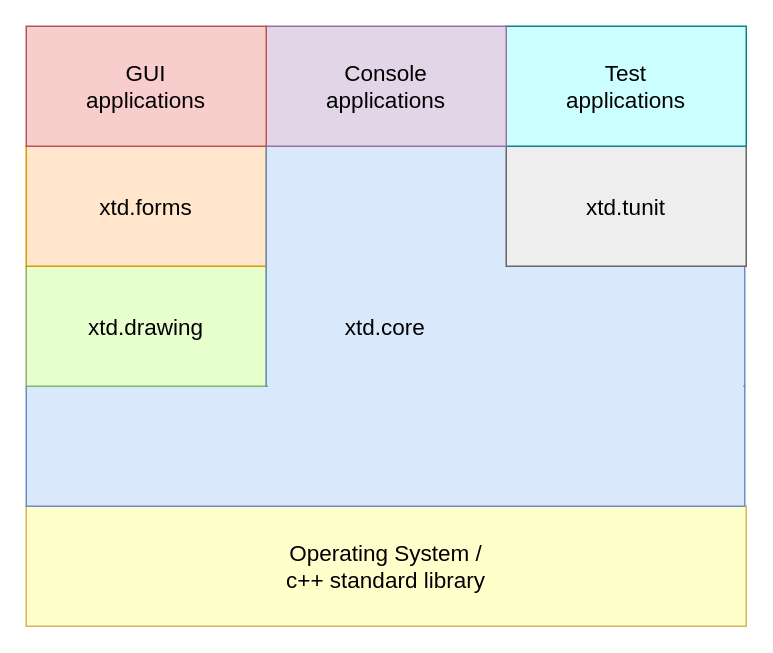
Above: docs/pictures/diagrams/block_diagram.drawio in gammasoft71/xtd (draw.io), before the change. Source tidied: cells renumbered, new cells numbered last; positions are measured from the earlier drawing's top-left corner, leaving out a move shared by most shapes. Both pictures are drawn from the tidied source at 150%, with x=0, y=0 at pixel (26, 26).
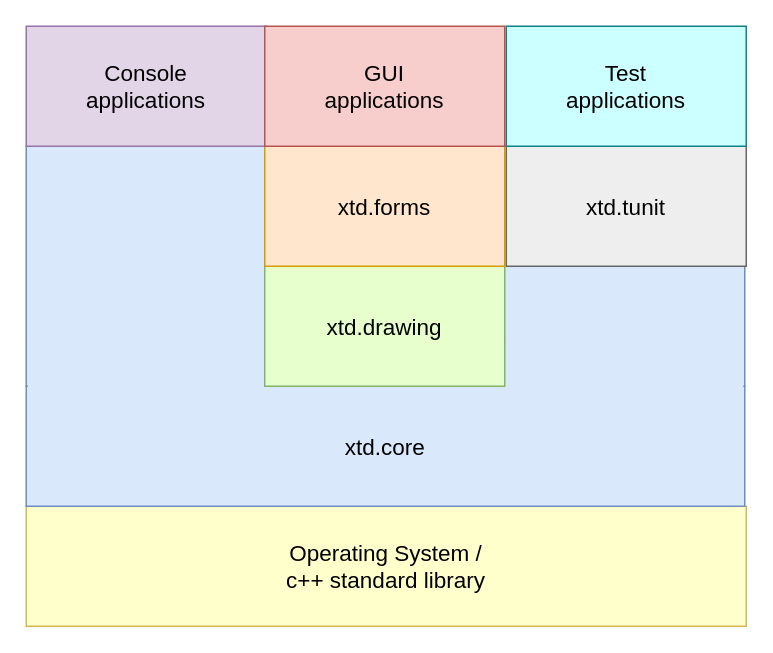
The same diagram, later.

What changed in the source:
```diff
@@
 <mxGraphModel>
   <root>
     <mxCell id="0" />
     <mxCell id="1" parent="0" />
     <mxCell id="2" value="&lt;span&gt;Operating System /&lt;br&gt;c++ standard library&lt;br&gt;&lt;/span&gt;" style="rounded=0;whiteSpace=wrap;html=1;strokeColor=#d6b656;fontSize=15;fillColor=#FFFFCC;" parent="1" vertex="1">
       <mxGeometry y="320" width="480" height="80" as="geometry" />
     </mxCell>
-    <mxCell id="3" style="rounded=0;whiteSpace=wrap;html=1;fillColor=#dae8fc;strokeColor=#6c8ebf;fontSize=15;" parent="1" vertex="1">
+    <mxCell id="3" value="xtd.core" style="rounded=0;whiteSpace=wrap;html=1;fillColor=#dae8fc;strokeColor=#6c8ebf;fontSize=15;" parent="1" vertex="1">
       <mxGeometry y="240" width="479" height="80" as="geometry" />
     </mxCell>
-    <mxCell id="4" value="xtd.drawing" style="rounded=0;whiteSpace=wrap;html=1;fontSize=15;fillColor=#E6FFCC;strokeColor=#82B366;" parent="1" vertex="1">
-      <mxGeometry y="160" width="160" height="80" as="geometry" />
-    </mxCell>
-    <mxCell id="5" value="xtd.forms" style="rounded=0;whiteSpace=wrap;html=1;fillColor=#FFE6CC;strokeColor=#d79b00;fontSize=15;" parent="1" vertex="1">
-      <mxGeometry y="80" width="160" height="80" as="geometry" />
-    </mxCell>
     <mxCell id="6" style="rounded=0;whiteSpace=wrap;html=1;fillColor=#dae8fc;strokeColor=#6c8ebf;fontSize=15;" parent="1" vertex="1">
-      <mxGeometry x="160" y="80" width="319" height="160" as="geometry" />
+      <mxGeometry y="80" width="479" height="160" as="geometry" />
     </mxCell>
     <mxCell id="7" value="xtd.tunit" style="rounded=0;whiteSpace=wrap;html=1;fillColor=#EEEEEE;strokeColor=#666666;fontSize=15;" parent="1" vertex="1">
       <mxGeometry x="320" y="80" width="160" height="80" as="geometry" />
     </mxCell>
     <mxCell id="8" value="&lt;span&gt;Test&lt;br&gt;applications&lt;br&gt;&lt;/span&gt;" style="rounded=0;whiteSpace=wrap;html=1;strokeColor=#0e8088;fontSize=15;fillColor=#CCFFFF;" parent="1" vertex="1">
       <mxGeometry x="320" width="160" height="80" as="geometry" />
     </mxCell>
     <mxCell id="9" style="rounded=0;whiteSpace=wrap;html=1;fillColor=#dae8fc;fontSize=15;strokeColor=none;" parent="1" vertex="1">
-      <mxGeometry x="161" y="210" width="317" height="50" as="geometry" />
+      <mxGeometry x="1" y="210" width="477" height="50" as="geometry" />
     </mxCell>
-    <mxCell id="10" value="xtd.core" style="text;html=1;align=center;verticalAlign=middle;fontSize=15;" parent="1" vertex="1">
-      <mxGeometry x="199" y="185" width="80" height="30" as="geometry" />
-    </mxCell>
     <mxCell id="11" value="&lt;span&gt;Console&lt;br&gt;applications&lt;br&gt;&lt;/span&gt;" style="rounded=0;whiteSpace=wrap;html=1;strokeColor=#9673a6;fontSize=15;fillColor=#e1d5e7;" parent="1" vertex="1">
-      <mxGeometry x="160" width="160" height="80" as="geometry" />
+      <mxGeometry width="160" height="80" as="geometry" />
     </mxCell>
+    <mxCell id="4" value="xtd.drawing" style="rounded=0;whiteSpace=wrap;html=1;fontSize=15;fillColor=#E6FFCC;strokeColor=#82B366;" parent="1" vertex="1">
+      <mxGeometry x="159" y="160" width="160" height="80" as="geometry" />
+    </mxCell>
+    <mxCell id="5" value="xtd.forms" style="rounded=0;whiteSpace=wrap;html=1;fillColor=#FFE6CC;strokeColor=#d79b00;fontSize=15;" parent="1" vertex="1">
+      <mxGeometry x="159" y="80" width="160" height="80" as="geometry" />
+    </mxCell>
     <mxCell id="12" value="&lt;span&gt;GUI&lt;br&gt;applications&lt;br&gt;&lt;/span&gt;" style="rounded=0;whiteSpace=wrap;html=1;strokeColor=#b85450;fontSize=15;fillColor=#f8cecc;" parent="1" vertex="1">
-      <mxGeometry width="160" height="80" as="geometry" />
+      <mxGeometry x="159" width="160" height="80" as="geometry" />
     </mxCell>
   </root>
 </mxGraphModel>
```
